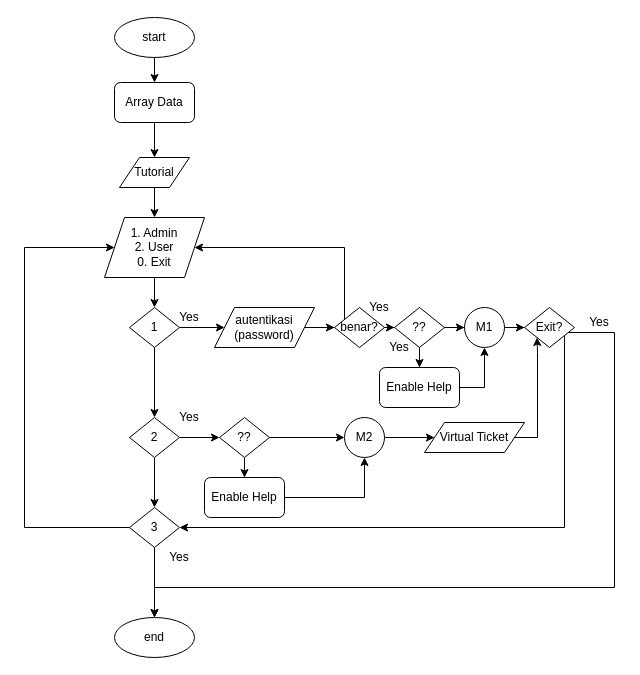
louis-not/AirportDatabaseManagement keeps this draw.io diagram as page "Page-1" (1 of 2) of program-flowchat.drawio. Above is the earlier version. Source tidied: cells renumbered, new cells numbered last; positions are measured from the earlier drawing's top-left corner, leaving out a move shared by most shapes. Both pictures are drawn from the tidied source at 100%, with x=0, y=0 at pixel (24, 17).
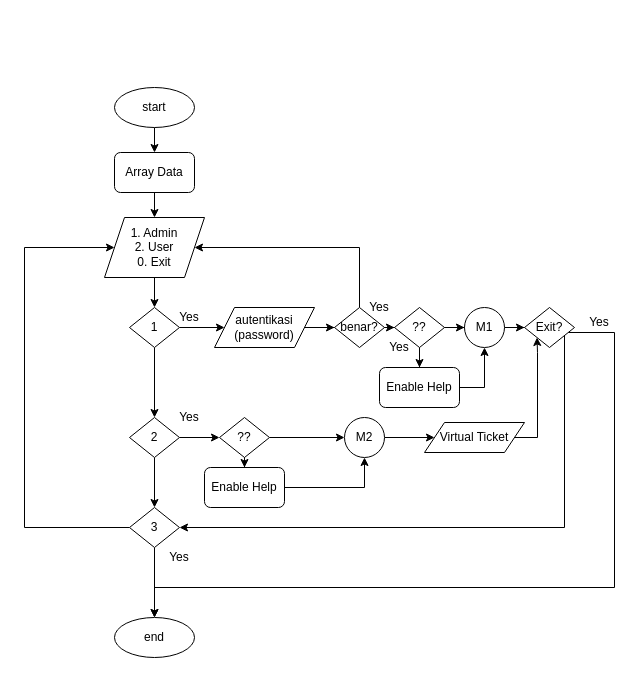
After the change.

Unchanged cells that the change refers to:
```xml
<mxCell id="8" value="1. Admin&lt;br&gt;2. User&lt;br&gt;0. Exit" style="shape=parallelogram;perimeter=parallelogramPerimeter;whiteSpace=wrap;html=1;fixedSize=1;" parent="1" vertex="1">
  <mxGeometry x="80" y="200" width="100" height="60" as="geometry" />
</mxCell>
<mxCell id="22" value="benar?" style="rhombus;whiteSpace=wrap;html=1;" parent="1" vertex="1">
  <mxGeometry x="310" y="290" width="50" height="40" as="geometry" />
</mxCell>
```

The edit, as a diff of the source:
```diff
@@
     <mxCell id="3" value="start" style="ellipse;whiteSpace=wrap;html=1;" parent="1" vertex="1">
-      <mxGeometry x="90" width="80" height="40" as="geometry" />
+      <mxGeometry x="90" y="70" width="80" height="40" as="geometry" />
     </mxCell>
@@
-    <mxCell id="5" style="edgeStyle=orthogonalEdgeStyle;rounded=0;jettySize=auto;html=1;entryX=0.5;entryY=0;entryDx=0;entryDy=0;" parent="1" edge="1" source="6" target="32">
-      <mxGeometry relative="1" as="geometry" />
-    </mxCell>
+    <mxCell id="50" style="edgeStyle=orthogonalEdgeStyle;rounded=0;jettySize=auto;html=1;" parent="1" edge="1" source="6" target="8">
+      <mxGeometry relative="1" as="geometry" />
+    </mxCell>
     <mxCell id="6" value="Array Data" style="rounded=1;whiteSpace=wrap;html=1;" parent="1" vertex="1">
-      <mxGeometry x="90" y="65" width="80" height="40" as="geometry" />
+      <mxGeometry x="90" y="135" width="80" height="40" as="geometry" />
     </mxCell>
@@
     <mxCell id="20" style="edgeStyle=orthogonalEdgeStyle;rounded=0;jettySize=auto;html=1;entryX=1;entryY=0.5;entryDx=0;entryDy=0;" parent="1" edge="1" source="22" target="8">
       <mxGeometry relative="1" as="geometry">
         <Array as="points">
-          <mxPoint x="320" y="230" />
+          <mxPoint x="335" y="230" />
         </Array>
       </mxGeometry>
     </mxCell>
@@
-    <mxCell id="31" style="edgeStyle=orthogonalEdgeStyle;rounded=0;jettySize=auto;html=1;" parent="1" edge="1" source="32" target="8">
-      <mxGeometry relative="1" as="geometry" />
-    </mxCell>
-    <mxCell id="32" value="Tutorial" style="shape=parallelogram;perimeter=parallelogramPerimeter;whiteSpace=wrap;html=1;fixedSize=1;" parent="1" vertex="1">
-      <mxGeometry x="95" y="140" width="70" height="30" as="geometry" />
-    </mxCell>
@@
     <mxCell id="37" value="Enable Help" style="rounded=1;whiteSpace=wrap;html=1;" parent="1" vertex="1">
-      <mxGeometry x="180" y="460" width="80" height="40" as="geometry" />
+      <mxGeometry x="180" y="450" width="80" height="40" as="geometry" />
     </mxCell>
```
